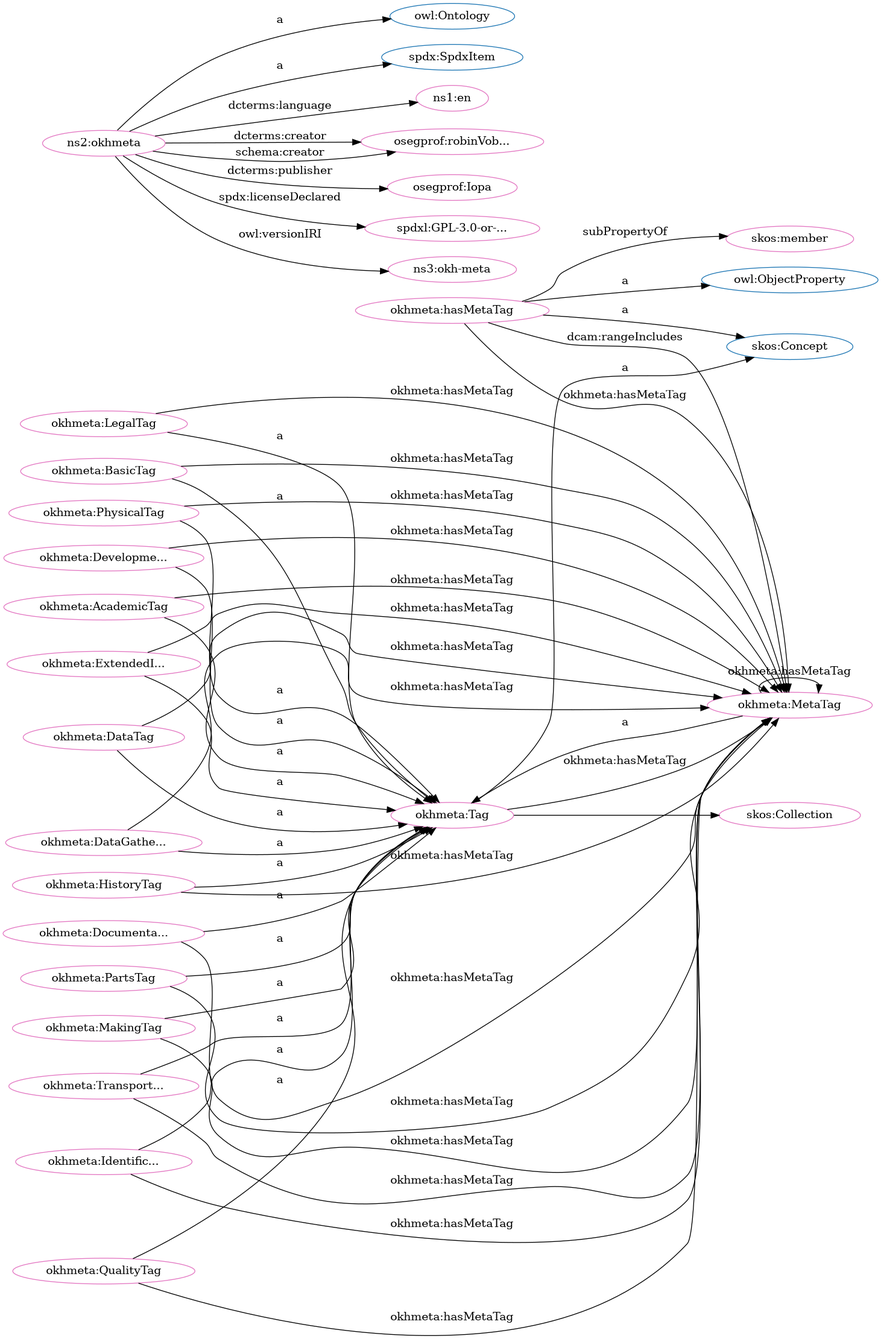
Above: src/spec/dot_okh-meta.png in iop-alliance/OpenKnowHow (Graphviz), before the change. Its source is kept beside it as src/spec/dot_okh-meta.dot.
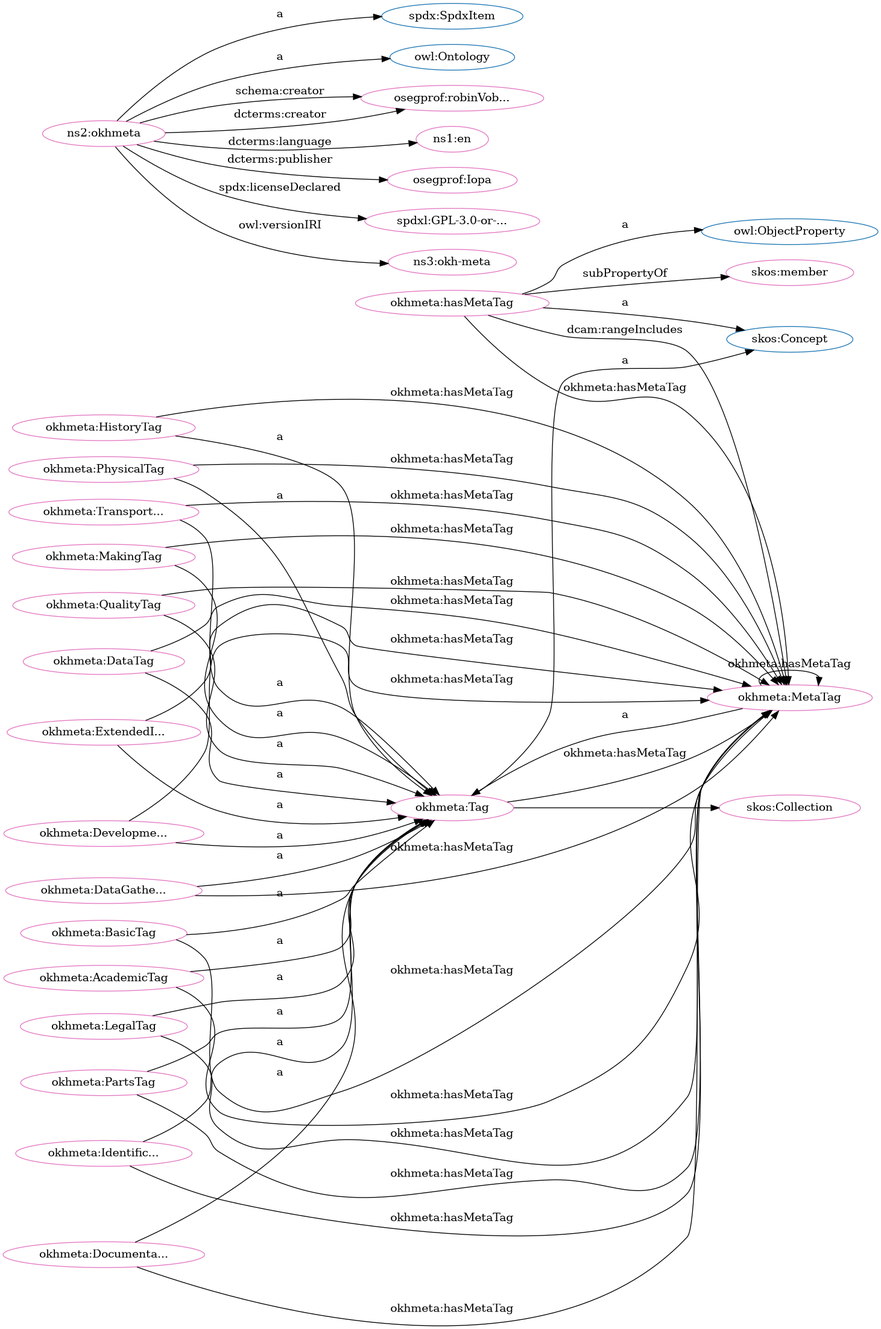
The same diagram one commit later.

Change to the diagram source:
```diff
@@ -1,84 +1,84 @@
 digraph G {
   rankdir=BT
   node[height=.3]
+"http://w3id.org/oseg/ont/okhmeta#Tag" [fillcolor="#1f77b4" color="#1f77b4" label="okhmeta:Tag"]
 "http://www.w3.org/2004/02/skos/core#Concept" [fillcolor="#1f77b4" color="#1f77b4" label="skos:Concept"]
+"http://spdx.org/rdf/terms#SpdxItem" [fillcolor="#1f77b4" color="#1f77b4" label="spdx:SpdxItem"]
+"http://www.w3.org/2004/02/skos/core#Collection" [fillcolor="#1f77b4" color="#1f77b4" label="skos:Collection"]
 "http://www.w3.org/2002/07/owl#Ontology" [fillcolor="#1f77b4" color="#1f77b4" label="owl:Ontology"]
-"http://www.w3.org/2004/02/skos/core#Collection" [fillcolor="#1f77b4" color="#1f77b4" label="skos:Collection"]
 "http://www.w3.org/2002/07/owl#ObjectProperty" [fillcolor="#1f77b4" color="#1f77b4" label="owl:ObjectProperty"]
-"http://w3id.org/oseg/ont/okhmeta#Tag" [fillcolor="#1f77b4" color="#1f77b4" label="okhmeta:Tag"]
-"http://spdx.org/rdf/terms#SpdxItem" [fillcolor="#1f77b4" color="#1f77b4" label="spdx:SpdxItem"]
 "http://w3id.org/oseg/ont/okhmeta#MetaTag" [fillcolor="#e377c2" color="#e377c2" label="okhmeta:MetaTag"]
+"http://w3id.org/oseg/ont/okhmeta#QualityTag" [fillcolor="#e377c2" color="#e377c2" label="okhmeta:QualityTag"]
+"http://w3id.org/oseg/ont/okhmeta#PartsTag" [fillcolor="#e377c2" color="#e377c2" label="okhmeta:PartsTag"]
+"http://w3id.org/oseg/ont/oseg-profiles#robinVobruba" [fillcolor="#e377c2" color="#e377c2" label="osegprof:robinVob..."]
 "http://id.loc.gov/vocabulary/iso639-1/en" [fillcolor="#e377c2" color="#e377c2" label="ns1:en"]
+"http://w3id.org/oseg/ont/okhmeta#HistoryTag" [fillcolor="#e377c2" color="#e377c2" label="okhmeta:HistoryTag"]
+"http://www.w3.org/2004/02/skos/core#member" [fillcolor="#e377c2" color="#e377c2" label="skos:member"]
+"http://w3id.org/oseg/ont/okhmeta" [fillcolor="#e377c2" color="#e377c2" label="ns2:okhmeta"]
+"http://w3id.org/oseg/ont/okhmeta#Tag" [fillcolor="#e377c2" color="#e377c2" label="okhmeta:Tag"]
+"http://w3id.org/oseg/ont/okhmeta#hasMetaTag" [fillcolor="#e377c2" color="#e377c2" label="okhmeta:hasMetaTag"]
+"http://w3id.org/oseg/ont/okhmeta#BasicTag" [fillcolor="#e377c2" color="#e377c2" label="okhmeta:BasicTag"]
+"http://w3id.org/oseg/ont/okhmeta#LegalTag" [fillcolor="#e377c2" color="#e377c2" label="okhmeta:LegalTag"]
+"http://w3id.org/oseg/ont/okhmeta#PhysicalTag" [fillcolor="#e377c2" color="#e377c2" label="okhmeta:PhysicalTag"]
+"http://w3id.org/oseg/ont/oseg-profiles#Iopa" [fillcolor="#e377c2" color="#e377c2" label="osegprof:Iopa"]
+"http://w3id.org/oseg/ont/okhmeta#TransportationTag" [fillcolor="#e377c2" color="#e377c2" label="okhmeta:Transport..."]
+"http://w3id.org/oseg/ont/okhmeta#DataGatheringTag" [fillcolor="#e377c2" color="#e377c2" label="okhmeta:DataGathe..."]
+"http://w3id.org/oseg/ont/okhmeta#DocumentationTag" [fillcolor="#e377c2" color="#e377c2" label="okhmeta:Documenta..."]
+"http://w3id.org/oseg/ont/okhmeta#ExtendedInfoTag" [fillcolor="#e377c2" color="#e377c2" label="okhmeta:ExtendedI..."]
+"http://spdx.org/licenses/GPL-3.0-or-later" [fillcolor="#e377c2" color="#e377c2" label="spdxl:GPL-3.0-or-..."]
+"http://www.w3.org/2004/02/skos/core#Collection" [fillcolor="#e377c2" color="#e377c2" label="skos:Collection"]
+"http://w3id.org/oseg/ont/okhmeta#IdentificationTag" [fillcolor="#e377c2" color="#e377c2" label="okhmeta:Identific..."]
+"http://w3id.org/oseg/ont/1.1.0/okh-meta" [fillcolor="#e377c2" color="#e377c2" label="ns3:okh-meta"]
+"http://w3id.org/oseg/ont/okhmeta#DevelopmentTag" [fillcolor="#e377c2" color="#e377c2" label="okhmeta:Developme..."]
 "http://w3id.org/oseg/ont/okhmeta#AcademicTag" [fillcolor="#e377c2" color="#e377c2" label="okhmeta:AcademicTag"]
-"http://w3id.org/oseg/ont/okhmeta" [fillcolor="#e377c2" color="#e377c2" label="ns2:okhmeta"]
-"http://w3id.org/oseg/ont/oseg-profiles#robinVobruba" [fillcolor="#e377c2" color="#e377c2" label="osegprof:robinVob..."]
-"http://w3id.org/oseg/ont/okhmeta#TransportationTag" [fillcolor="#e377c2" color="#e377c2" label="okhmeta:Transport..."]
-"http://w3id.org/oseg/ont/okhmeta#LegalTag" [fillcolor="#e377c2" color="#e377c2" label="okhmeta:LegalTag"]
-"http://w3id.org/oseg/ont/okhmeta#DocumentationTag" [fillcolor="#e377c2" color="#e377c2" label="okhmeta:Documenta..."]
-"http://w3id.org/oseg/ont/oseg-profiles#Iopa" [fillcolor="#e377c2" color="#e377c2" label="osegprof:Iopa"]
-"http://spdx.org/licenses/GPL-3.0-or-later" [fillcolor="#e377c2" color="#e377c2" label="spdxl:GPL-3.0-or-..."]
+"http://w3id.org/oseg/ont/okhmeta#DataTag" [fillcolor="#e377c2" color="#e377c2" label="okhmeta:DataTag"]
 "http://w3id.org/oseg/ont/okhmeta#MakingTag" [fillcolor="#e377c2" color="#e377c2" label="okhmeta:MakingTag"]
-"http://www.w3.org/2004/02/skos/core#member" [fillcolor="#e377c2" color="#e377c2" label="skos:member"]
-"http://w3id.org/oseg/ont/okhmeta#BasicTag" [fillcolor="#e377c2" color="#e377c2" label="okhmeta:BasicTag"]
-"http://w3id.org/oseg/ont/okhmeta#hasMetaTag" [fillcolor="#e377c2" color="#e377c2" label="okhmeta:hasMetaTag"]
-"http://w3id.org/oseg/ont/okhmeta#PhysicalTag" [fillcolor="#e377c2" color="#e377c2" label="okhmeta:PhysicalTag"]
-"http://w3id.org/oseg/ont/okhmeta#HistoryTag" [fillcolor="#e377c2" color="#e377c2" label="okhmeta:HistoryTag"]
-"http://www.w3.org/2004/02/skos/core#Collection" [fillcolor="#e377c2" color="#e377c2" label="skos:Collection"]
-"http://w3id.org/oseg/ont/1.1.0/okh-meta" [fillcolor="#e377c2" color="#e377c2" label="ns3:okh-meta"]
-"http://w3id.org/oseg/ont/okhmeta#QualityTag" [fillcolor="#e377c2" color="#e377c2" label="okhmeta:QualityTag"]
-"http://w3id.org/oseg/ont/okhmeta#DataTag" [fillcolor="#e377c2" color="#e377c2" label="okhmeta:DataTag"]
-"http://w3id.org/oseg/ont/okhmeta#IdentificationTag" [fillcolor="#e377c2" color="#e377c2" label="okhmeta:Identific..."]
-"http://w3id.org/oseg/ont/okhmeta#Tag" [fillcolor="#e377c2" color="#e377c2" label="okhmeta:Tag"]
-"http://w3id.org/oseg/ont/okhmeta#DataGatheringTag" [fillcolor="#e377c2" color="#e377c2" label="okhmeta:DataGathe..."]
-"http://w3id.org/oseg/ont/okhmeta#PartsTag" [fillcolor="#e377c2" color="#e377c2" label="okhmeta:PartsTag"]
-"http://w3id.org/oseg/ont/okhmeta#ExtendedInfoTag" [fillcolor="#e377c2" color="#e377c2" label="okhmeta:ExtendedI..."]
-"http://w3id.org/oseg/ont/okhmeta#DevelopmentTag" [fillcolor="#e377c2" color="#e377c2" label="okhmeta:Developme..."]
+  "http://w3id.org/oseg/ont/okhmeta#QualityTag" -> "http://w3id.org/oseg/ont/okhmeta#Tag" [label="a"]
+  "http://w3id.org/oseg/ont/okhmeta#PartsTag" -> "http://w3id.org/oseg/ont/okhmeta#Tag" [label="a"]
+  "http://w3id.org/oseg/ont/okhmeta" -> "http://id.loc.gov/vocabulary/iso639-1/en" [label="dcterms:language"]
+  "http://w3id.org/oseg/ont/okhmeta#HistoryTag" -> "http://w3id.org/oseg/ont/okhmeta#Tag" [label="a"]
+  "http://w3id.org/oseg/ont/okhmeta#PhysicalTag" -> "http://w3id.org/oseg/ont/okhmeta#MetaTag" [label="okhmeta:hasMetaTag"]
+  "http://w3id.org/oseg/ont/okhmeta#DataTag" -> "http://w3id.org/oseg/ont/okhmeta#MetaTag" [label="okhmeta:hasMetaTag"]
+  "http://w3id.org/oseg/ont/okhmeta#Tag" -> "http://www.w3.org/2004/02/skos/core#Concept" [label="a"]
+  "http://w3id.org/oseg/ont/okhmeta" -> "http://spdx.org/rdf/terms#SpdxItem" [label="a"]
+  "http://w3id.org/oseg/ont/okhmeta#hasMetaTag" -> "http://w3id.org/oseg/ont/okhmeta#MetaTag" [label="dcam:rangeIncludes"]
+  "http://w3id.org/oseg/ont/okhmeta#PhysicalTag" -> "http://w3id.org/oseg/ont/okhmeta#Tag" [label="a"]
+  "http://w3id.org/oseg/ont/okhmeta#DocumentationTag" -> "http://w3id.org/oseg/ont/okhmeta#MetaTag" [label="okhmeta:hasMetaTag"]
+  "http://w3id.org/oseg/ont/okhmeta" -> "http://w3id.org/oseg/ont/oseg-profiles#Iopa" [label="dcterms:publisher"]
+  "http://w3id.org/oseg/ont/okhmeta#DevelopmentTag" -> "http://w3id.org/oseg/ont/okhmeta#MetaTag" [label="okhmeta:hasMetaTag"]
+  "http://w3id.org/oseg/ont/okhmeta#MetaTag" -> "http://w3id.org/oseg/ont/okhmeta#MetaTag" [label="okhmeta:hasMetaTag"]
+  "http://w3id.org/oseg/ont/okhmeta#BasicTag" -> "http://w3id.org/oseg/ont/okhmeta#MetaTag" [label="okhmeta:hasMetaTag"]
+  "http://w3id.org/oseg/ont/okhmeta#DataGatheringTag" -> "http://w3id.org/oseg/ont/okhmeta#Tag" [label="a"]
+  "http://w3id.org/oseg/ont/okhmeta#DocumentationTag" -> "http://w3id.org/oseg/ont/okhmeta#Tag" [label="a"]
+  "http://w3id.org/oseg/ont/okhmeta#ExtendedInfoTag" -> "http://w3id.org/oseg/ont/okhmeta#Tag" [label="a"]
+  "http://w3id.org/oseg/ont/okhmeta" -> "http://spdx.org/licenses/GPL-3.0-or-later" [label="spdx:licenseDeclared"]
+  "http://w3id.org/oseg/ont/okhmeta#IdentificationTag" -> "http://w3id.org/oseg/ont/okhmeta#Tag" [label="a"]
+  "http://w3id.org/oseg/ont/okhmeta#DevelopmentTag" -> "http://w3id.org/oseg/ont/okhmeta#Tag" [label="a"]
+  "http://w3id.org/oseg/ont/okhmeta#TransportationTag" -> "http://w3id.org/oseg/ont/okhmeta#MetaTag" [label="okhmeta:hasMetaTag"]
+  "http://w3id.org/oseg/ont/okhmeta" -> "http://w3id.org/oseg/ont/oseg-profiles#robinVobruba" [label="schema:creator"]
+  "http://w3id.org/oseg/ont/okhmeta#DataTag" -> "http://w3id.org/oseg/ont/okhmeta#Tag" [label="a"]
+  "http://w3id.org/oseg/ont/okhmeta#Tag" -> "http://w3id.org/oseg/ont/okhmeta#MetaTag" [label="okhmeta:hasMetaTag"]
+  "http://w3id.org/oseg/ont/okhmeta#DataGatheringTag" -> "http://w3id.org/oseg/ont/okhmeta#MetaTag" [label="okhmeta:hasMetaTag"]
+  "http://w3id.org/oseg/ont/okhmeta" -> "http://w3id.org/oseg/ont/oseg-profiles#robinVobruba" [label="dcterms:creator"]
+  "http://w3id.org/oseg/ont/okhmeta#ExtendedInfoTag" -> "http://w3id.org/oseg/ont/okhmeta#MetaTag" [label="okhmeta:hasMetaTag"]
+  "http://w3id.org/oseg/ont/okhmeta#IdentificationTag" -> "http://w3id.org/oseg/ont/okhmeta#MetaTag" [label="okhmeta:hasMetaTag"]
+  "http://w3id.org/oseg/ont/okhmeta#LegalTag" -> "http://w3id.org/oseg/ont/okhmeta#MetaTag" [label="okhmeta:hasMetaTag"]
+  "http://w3id.org/oseg/ont/okhmeta#hasMetaTag" -> "http://www.w3.org/2004/02/skos/core#member" [label="subPropertyOf"]
+  "http://w3id.org/oseg/ont/okhmeta" -> "http://www.w3.org/2002/07/owl#Ontology" [label="a"]
+  "http://w3id.org/oseg/ont/okhmeta#hasMetaTag" -> "http://www.w3.org/2002/07/owl#ObjectProperty" [label="a"]
+  "http://w3id.org/oseg/ont/okhmeta#hasMetaTag" -> "http://w3id.org/oseg/ont/okhmeta#MetaTag" [label="okhmeta:hasMetaTag"]
+  "http://w3id.org/oseg/ont/okhmeta#BasicTag" -> "http://w3id.org/oseg/ont/okhmeta#Tag" [label="a"]
+  "http://w3id.org/oseg/ont/okhmeta#MetaTag" -> "http://w3id.org/oseg/ont/okhmeta#Tag" [label="a"]
+  "http://w3id.org/oseg/ont/okhmeta#LegalTag" -> "http://w3id.org/oseg/ont/okhmeta#Tag" [label="a"]
+  "http://w3id.org/oseg/ont/okhmeta#TransportationTag" -> "http://w3id.org/oseg/ont/okhmeta#Tag" [label="a"]
   "http://w3id.org/oseg/ont/okhmeta#AcademicTag" -> "http://w3id.org/oseg/ont/okhmeta#MetaTag" [label="okhmeta:hasMetaTag"]
-  "http://w3id.org/oseg/ont/okhmeta" -> "http://id.loc.gov/vocabulary/iso639-1/en" [label="dcterms:language"]
-  "http://w3id.org/oseg/ont/okhmeta#DataTag" -> "http://w3id.org/oseg/ont/okhmeta#MetaTag" [label="okhmeta:hasMetaTag"]
-  "http://w3id.org/oseg/ont/okhmeta" -> "http://w3id.org/oseg/ont/oseg-profiles#robinVobruba" [label="dcterms:creator"]
-  "http://w3id.org/oseg/ont/okhmeta#Tag" -> "http://w3id.org/oseg/ont/okhmeta#MetaTag" [label="okhmeta:hasMetaTag"]
-  "http://w3id.org/oseg/ont/okhmeta#LegalTag" -> "http://w3id.org/oseg/ont/okhmeta#MetaTag" [label="okhmeta:hasMetaTag"]
-  "http://w3id.org/oseg/ont/okhmeta#MetaTag" -> "http://w3id.org/oseg/ont/okhmeta#Tag" [label="a"]
-  "http://w3id.org/oseg/ont/okhmeta#DocumentationTag" -> "http://w3id.org/oseg/ont/okhmeta#MetaTag" [label="okhmeta:hasMetaTag"]
-  "http://w3id.org/oseg/ont/okhmeta#DocumentationTag" -> "http://w3id.org/oseg/ont/okhmeta#Tag" [label="a"]
-  "http://w3id.org/oseg/ont/okhmeta#TransportationTag" -> "http://w3id.org/oseg/ont/okhmeta#MetaTag" [label="okhmeta:hasMetaTag"]
+  "http://w3id.org/oseg/ont/okhmeta#Tag" -> "http://www.w3.org/2004/02/skos/core#Collection" [label=""]
+  "http://w3id.org/oseg/ont/okhmeta#MakingTag" -> "http://w3id.org/oseg/ont/okhmeta#MetaTag" [label="okhmeta:hasMetaTag"]
+  "http://w3id.org/oseg/ont/okhmeta" -> "http://w3id.org/oseg/ont/1.1.0/okh-meta" [label="owl:versionIRI"]
+  "http://w3id.org/oseg/ont/okhmeta#QualityTag" -> "http://w3id.org/oseg/ont/okhmeta#MetaTag" [label="okhmeta:hasMetaTag"]
+  "http://w3id.org/oseg/ont/okhmeta#PartsTag" -> "http://w3id.org/oseg/ont/okhmeta#MetaTag" [label="okhmeta:hasMetaTag"]
+  "http://w3id.org/oseg/ont/okhmeta#HistoryTag" -> "http://w3id.org/oseg/ont/okhmeta#MetaTag" [label="okhmeta:hasMetaTag"]
+  "http://w3id.org/oseg/ont/okhmeta#AcademicTag" -> "http://w3id.org/oseg/ont/okhmeta#Tag" [label="a"]
+  "http://w3id.org/oseg/ont/okhmeta#hasMetaTag" -> "http://www.w3.org/2004/02/skos/core#Concept" [label="a"]
   "http://w3id.org/oseg/ont/okhmeta#MakingTag" -> "http://w3id.org/oseg/ont/okhmeta#Tag" [label="a"]
-  "http://w3id.org/oseg/ont/okhmeta#DevelopmentTag" -> "http://w3id.org/oseg/ont/okhmeta#MetaTag" [label="okhmeta:hasMetaTag"]
-  "http://w3id.org/oseg/ont/okhmeta#BasicTag" -> "http://w3id.org/oseg/ont/okhmeta#Tag" [label="a"]
-  "http://w3id.org/oseg/ont/okhmeta#PhysicalTag" -> "http://w3id.org/oseg/ont/okhmeta#MetaTag" [label="okhmeta:hasMetaTag"]
-  "http://w3id.org/oseg/ont/okhmeta#hasMetaTag" -> "http://www.w3.org/2002/07/owl#ObjectProperty" [label="a"]
-  "http://w3id.org/oseg/ont/okhmeta#HistoryTag" -> "http://w3id.org/oseg/ont/okhmeta#Tag" [label="a"]
-  "http://w3id.org/oseg/ont/okhmeta#DataTag" -> "http://w3id.org/oseg/ont/okhmeta#Tag" [label="a"]
-  "http://w3id.org/oseg/ont/okhmeta#IdentificationTag" -> "http://w3id.org/oseg/ont/okhmeta#Tag" [label="a"]
-  "http://w3id.org/oseg/ont/okhmeta#hasMetaTag" -> "http://w3id.org/oseg/ont/okhmeta#MetaTag" [label="okhmeta:hasMetaTag"]
-  "http://w3id.org/oseg/ont/okhmeta#PartsTag" -> "http://w3id.org/oseg/ont/okhmeta#Tag" [label="a"]
-  "http://w3id.org/oseg/ont/okhmeta#hasMetaTag" -> "http://www.w3.org/2004/02/skos/core#Concept" [label="a"]
-  "http://w3id.org/oseg/ont/okhmeta#ExtendedInfoTag" -> "http://w3id.org/oseg/ont/okhmeta#Tag" [label="a"]
-  "http://w3id.org/oseg/ont/okhmeta#BasicTag" -> "http://w3id.org/oseg/ont/okhmeta#MetaTag" [label="okhmeta:hasMetaTag"]
-  "http://w3id.org/oseg/ont/okhmeta#AcademicTag" -> "http://w3id.org/oseg/ont/okhmeta#Tag" [label="a"]
-  "http://w3id.org/oseg/ont/okhmeta" -> "http://spdx.org/rdf/terms#SpdxItem" [label="a"]
-  "http://w3id.org/oseg/ont/okhmeta#MetaTag" -> "http://w3id.org/oseg/ont/okhmeta#MetaTag" [label="okhmeta:hasMetaTag"]
-  "http://w3id.org/oseg/ont/okhmeta#hasMetaTag" -> "http://w3id.org/oseg/ont/okhmeta#MetaTag" [label="dcam:rangeIncludes"]
-  "http://w3id.org/oseg/ont/okhmeta#TransportationTag" -> "http://w3id.org/oseg/ont/okhmeta#Tag" [label="a"]
-  "http://w3id.org/oseg/ont/okhmeta#LegalTag" -> "http://w3id.org/oseg/ont/okhmeta#Tag" [label="a"]
-  "http://w3id.org/oseg/ont/okhmeta" -> "http://w3id.org/oseg/ont/oseg-profiles#Iopa" [label="dcterms:publisher"]
-  "http://w3id.org/oseg/ont/okhmeta#ExtendedInfoTag" -> "http://w3id.org/oseg/ont/okhmeta#MetaTag" [label="okhmeta:hasMetaTag"]
-  "http://w3id.org/oseg/ont/okhmeta" -> "http://spdx.org/licenses/GPL-3.0-or-later" [label="spdx:licenseDeclared"]
-  "http://w3id.org/oseg/ont/okhmeta" -> "http://www.w3.org/2002/07/owl#Ontology" [label="a"]
-  "http://w3id.org/oseg/ont/okhmeta#hasMetaTag" -> "http://www.w3.org/2004/02/skos/core#member" [label="subPropertyOf"]
-  "http://w3id.org/oseg/ont/okhmeta#MakingTag" -> "http://w3id.org/oseg/ont/okhmeta#MetaTag" [label="okhmeta:hasMetaTag"]
-  "http://w3id.org/oseg/ont/okhmeta" -> "http://w3id.org/oseg/ont/oseg-profiles#robinVobruba" [label="schema:creator"]
-  "http://w3id.org/oseg/ont/okhmeta#PhysicalTag" -> "http://w3id.org/oseg/ont/okhmeta#Tag" [label="a"]
-  "http://w3id.org/oseg/ont/okhmeta#HistoryTag" -> "http://w3id.org/oseg/ont/okhmeta#MetaTag" [label="okhmeta:hasMetaTag"]
-  "http://w3id.org/oseg/ont/okhmeta#Tag" -> "http://www.w3.org/2004/02/skos/core#Collection" [label=""]
-  "http://w3id.org/oseg/ont/okhmeta" -> "http://w3id.org/oseg/ont/1.1.0/okh-meta" [label="owl:versionIRI"]
-  "http://w3id.org/oseg/ont/okhmeta#QualityTag" -> "http://w3id.org/oseg/ont/okhmeta#Tag" [label="a"]
-  "http://w3id.org/oseg/ont/okhmeta#Tag" -> "http://www.w3.org/2004/02/skos/core#Concept" [label="a"]
-  "http://w3id.org/oseg/ont/okhmeta#DataGatheringTag" -> "http://w3id.org/oseg/ont/okhmeta#MetaTag" [label="okhmeta:hasMetaTag"]
-  "http://w3id.org/oseg/ont/okhmeta#DataGatheringTag" -> "http://w3id.org/oseg/ont/okhmeta#Tag" [label="a"]
-  "http://w3id.org/oseg/ont/okhmeta#IdentificationTag" -> "http://w3id.org/oseg/ont/okhmeta#MetaTag" [label="okhmeta:hasMetaTag"]
-  "http://w3id.org/oseg/ont/okhmeta#PartsTag" -> "http://w3id.org/oseg/ont/okhmeta#MetaTag" [label="okhmeta:hasMetaTag"]
-  "http://w3id.org/oseg/ont/okhmeta#DevelopmentTag" -> "http://w3id.org/oseg/ont/okhmeta#Tag" [label="a"]
-  "http://w3id.org/oseg/ont/okhmeta#QualityTag" -> "http://w3id.org/oseg/ont/okhmeta#MetaTag" [label="okhmeta:hasMetaTag"]
 }
```
